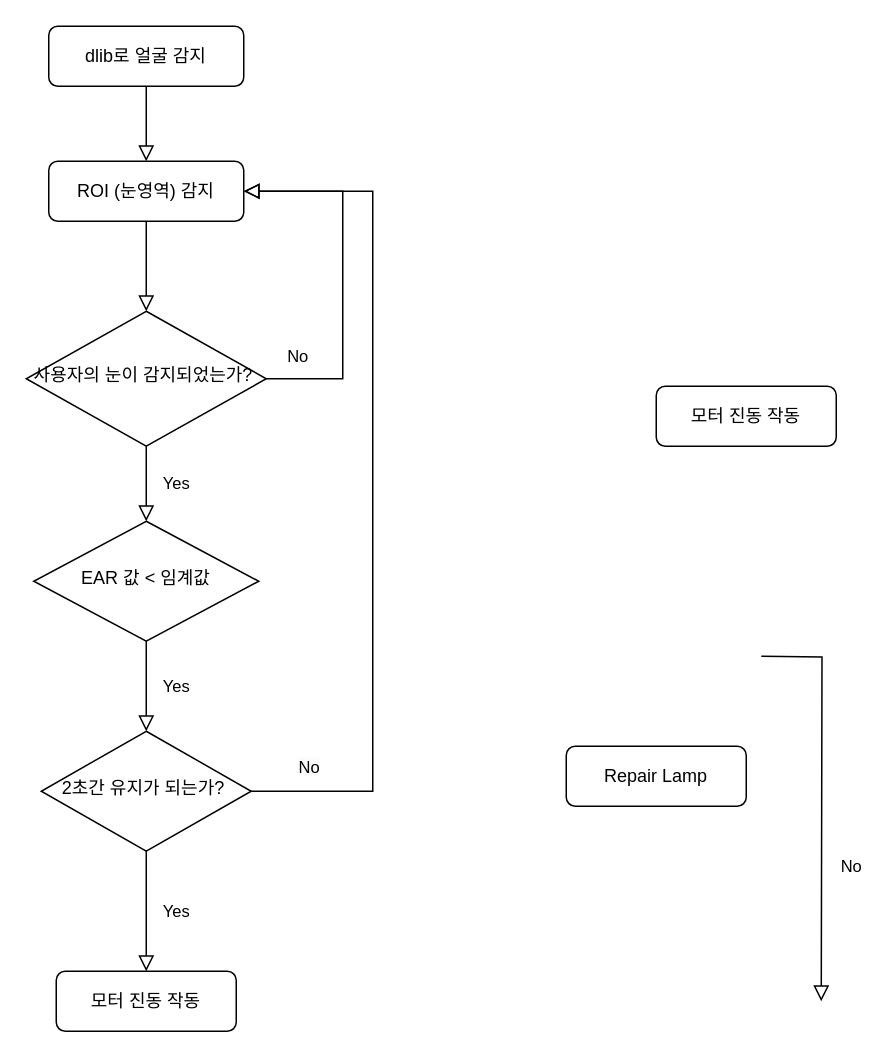
Before: Untitled Diagram.drawio in TheHaengwoon/Deeplearning, a draw.io diagram. Source tidied: cells renumbered, new cells numbered last; positions are measured from the earlier drawing's top-left corner, leaving out a move shared by most shapes. Both pictures are drawn from the tidied source at 150%, with x=0, y=0 at pixel (26, 26).
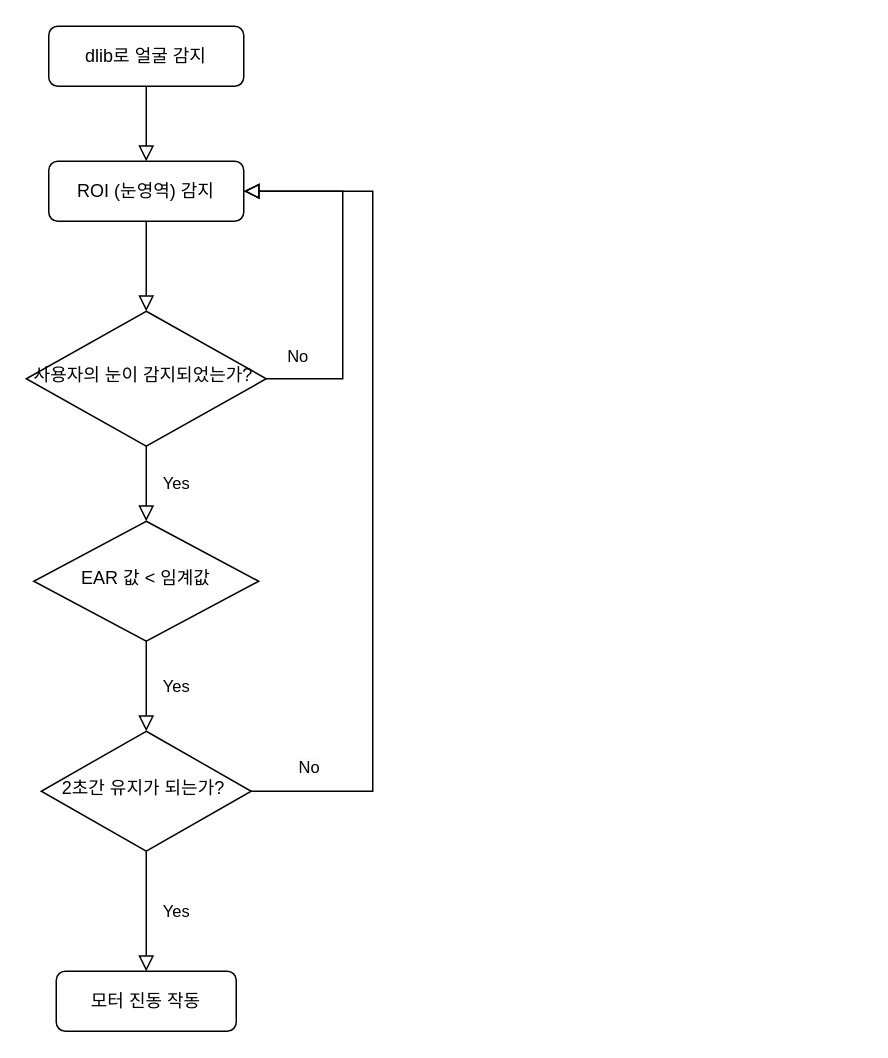
Above is the later version.

Commit message:
알고리즘 흐름도 Diagram.drawio

Diff of the diagram source:
```diff
@@
-    <mxCell id="7" value="모터 진동 작동" style="rounded=1;whiteSpace=wrap;html=1;fontSize=12;glass=0;strokeWidth=1;shadow=0;" parent="1" vertex="1">
-      <mxGeometry x="420" y="240" width="120" height="40" as="geometry" />
-    </mxCell>
-    <mxCell id="8" value="No" style="rounded=0;html=1;jettySize=auto;orthogonalLoop=1;fontSize=11;endArrow=block;endFill=0;endSize=8;strokeWidth=1;shadow=0;labelBackgroundColor=none;edgeStyle=orthogonalEdgeStyle;" parent="1" edge="1">
-      <mxGeometry x="0.33" y="20" relative="1" as="geometry">
-        <mxPoint x="490" y="420" as="sourcePoint" />
-        <mxPoint x="530" y="650" as="targetPoint" />
-      </mxGeometry>
-    </mxCell>
@@
-    <mxCell id="10" value="Repair Lamp" style="rounded=1;whiteSpace=wrap;html=1;fontSize=12;glass=0;strokeWidth=1;shadow=0;" parent="1" vertex="1">
-      <mxGeometry x="360" y="480" width="120" height="40" as="geometry" />
-    </mxCell>
```
